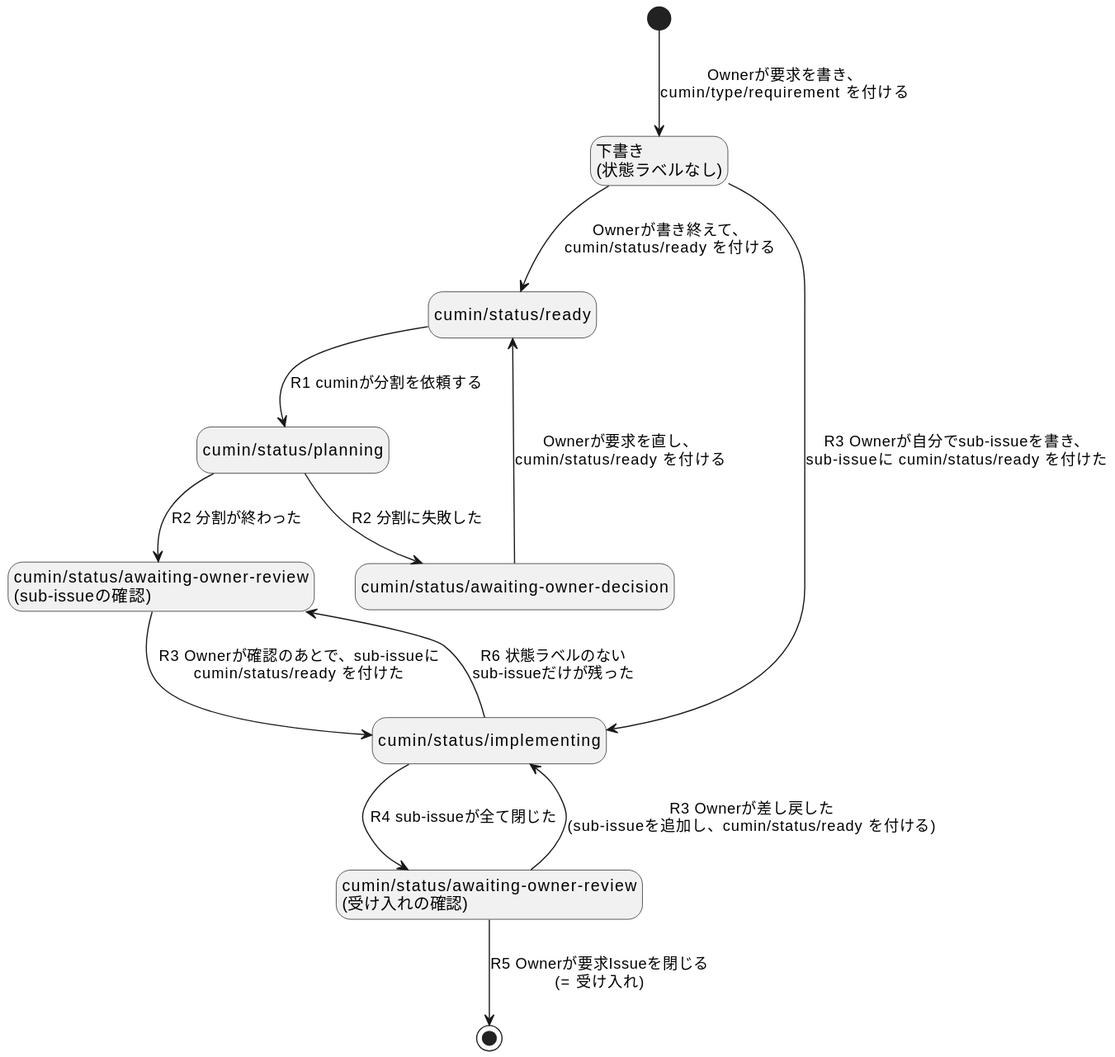
Earlier version of the PlantUML export docs/ja/requirements/workflow/requirement-issue-states.svg (cloveclovedev/cumin-works).
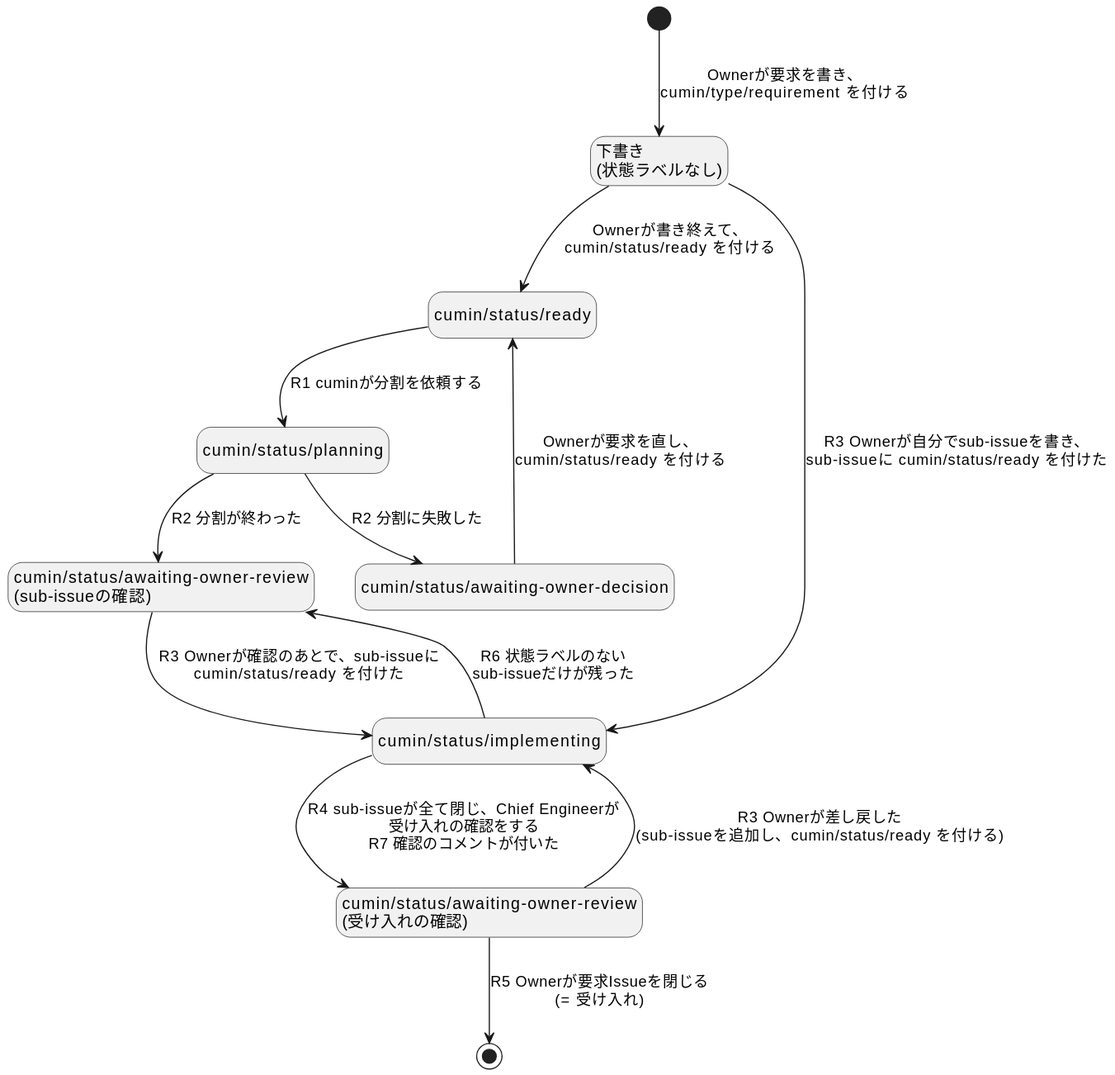
Above is the later version.

Commit message:
docs: add the acceptance check by the Chief Engineer

What changed in the source:
```diff
@@ -18,7 +18,7 @@
 Decision --> Ready : Ownerが要求を直し、\ncumin/status/ready を付ける
 Ready --> Planning : R1 cuminが分割を依頼する
 PlanReview --> Implementing : R3 Ownerが確認のあとで、sub-issueに\ncumin/status/ready を付けた
-Implementing --> Acceptance : R4 sub-issueが全て閉じた
+Implementing --> Acceptance : R4 sub-issueが全て閉じ、Chief Engineerが\n受け入れの確認をする\nR7 確認のコメントが付いた
 Implementing --> PlanReview : R6 状態ラベルのない\nsub-issueだけが残った
 Acceptance --> Implementing : R3 Ownerが差し戻した\n(sub-issueを追加し、cumin/status/ready を付ける)
 Acceptance --> [*] : R5 Ownerが要求Issueを閉じる\n(= 受け入れ)
```
